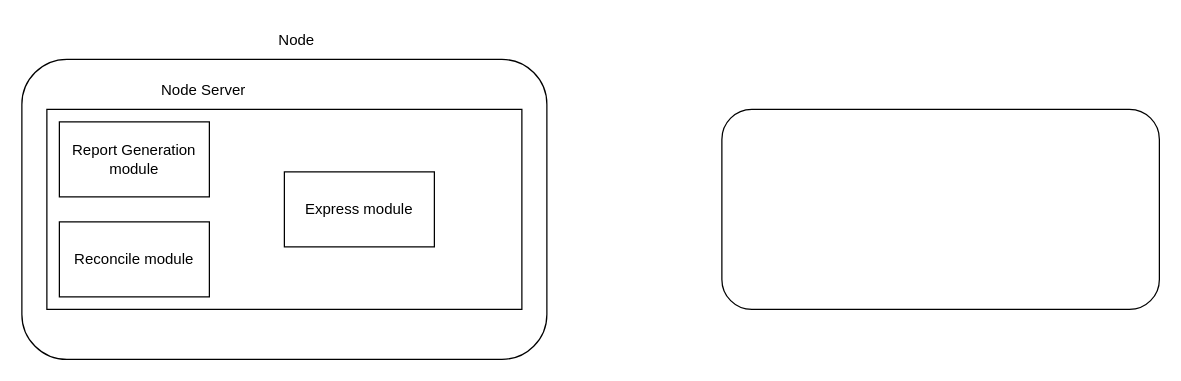
Earlier version of the draw.io diagram Flow chart/Untitled Diagram.drawio (SasidharanL/Projects). Source tidied: cells renumbered, new cells numbered last; positions are measured from the earlier drawing's top-left corner, leaving out a move shared by most shapes. Both pictures are drawn from the tidied source at 125%, with x=0, y=0 at pixel (21, 21).
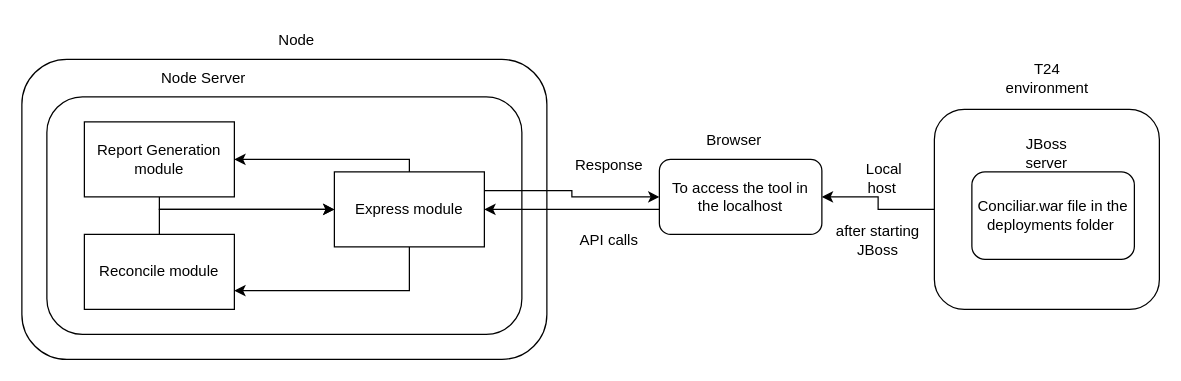
After the change.

The edit, as a diff of the source:
```diff
@@
-    <mxCell id="4" style="rounded=0;whiteSpace=wrap;html=1;" parent="1" vertex="1">
-      <mxGeometry x="20" y="70" width="380" height="160" as="geometry" />
+    <mxCell id="4" style="rounded=1;whiteSpace=wrap;html=1;" parent="1" vertex="1">
+      <mxGeometry x="20" y="60" width="380" height="190" as="geometry" />
     </mxCell>
+    <mxCell id="10" style="edgeStyle=orthogonalEdgeStyle;rounded=0;jettySize=auto;html=1;entryX=0;entryY=0.5;entryDx=0;entryDy=0;" parent="1" edge="1" source="5" target="8">
+      <mxGeometry relative="1" as="geometry">
+        <Array as="points">
+          <mxPoint x="110" y="150" />
+        </Array>
+      </mxGeometry>
+    </mxCell>
     <mxCell id="5" value="Reconcile module" style="rounded=0;whiteSpace=wrap;html=1;" parent="1" vertex="1">
-      <mxGeometry x="30" y="160" width="120" height="60" as="geometry" />
+      <mxGeometry x="50" y="170" width="120" height="60" as="geometry" />
     </mxCell>
+    <mxCell id="11" style="edgeStyle=orthogonalEdgeStyle;rounded=0;jettySize=auto;html=1;" parent="1" edge="1" source="6" target="8">
+      <mxGeometry relative="1" as="geometry">
+        <Array as="points">
+          <mxPoint x="110" y="150" />
+        </Array>
+      </mxGeometry>
+    </mxCell>
     <mxCell id="6" value="Report Generation module" style="rounded=0;whiteSpace=wrap;html=1;" parent="1" vertex="1">
-      <mxGeometry x="30" y="80" width="120" height="60" as="geometry" />
+      <mxGeometry x="50" y="80" width="120" height="60" as="geometry" />
     </mxCell>
     <mxCell id="7" value="Node Server" style="text;html=1;strokeColor=none;fillColor=none;align=center;verticalAlign=middle;whiteSpace=wrap;rounded=0;" parent="1" vertex="1">
-      <mxGeometry x="102.5" y="40" width="85" height="30" as="geometry" />
+      <mxGeometry x="102.5" y="30" width="85" height="30" as="geometry" />
     </mxCell>
+    <mxCell id="12" style="edgeStyle=orthogonalEdgeStyle;rounded=0;jettySize=auto;html=1;entryX=1;entryY=0.75;entryDx=0;entryDy=0;" parent="1" edge="1" source="8" target="5">
+      <mxGeometry relative="1" as="geometry">
+        <Array as="points">
+          <mxPoint x="310" y="215" />
+        </Array>
+      </mxGeometry>
+    </mxCell>
+    <mxCell id="13" style="edgeStyle=orthogonalEdgeStyle;rounded=0;jettySize=auto;html=1;entryX=1;entryY=0.5;entryDx=0;entryDy=0;exitX=0.5;exitY=0;exitDx=0;exitDy=0;" parent="1" edge="1" source="8" target="6">
+      <mxGeometry relative="1" as="geometry">
+        <Array as="points">
+          <mxPoint x="310" y="110" />
+        </Array>
+      </mxGeometry>
+    </mxCell>
+    <mxCell id="14" style="edgeStyle=orthogonalEdgeStyle;rounded=0;jettySize=auto;html=1;exitX=1;exitY=0.25;exitDx=0;exitDy=0;entryX=0;entryY=0.5;entryDx=0;entryDy=0;" parent="1" edge="1" source="8" target="20">
+      <mxGeometry relative="1" as="geometry" />
+    </mxCell>
     <mxCell id="8" value="Express module" style="rounded=0;whiteSpace=wrap;html=1;" parent="1" vertex="1">
-      <mxGeometry x="210" y="120" width="120" height="60" as="geometry" />
+      <mxGeometry x="250" y="120" width="120" height="60" as="geometry" />
     </mxCell>
+    <mxCell id="15" style="edgeStyle=orthogonalEdgeStyle;rounded=0;jettySize=auto;html=1;exitX=0;exitY=0.5;exitDx=0;exitDy=0;entryX=1;entryY=0.5;entryDx=0;entryDy=0;" parent="1" edge="1" source="9" target="20">
+      <mxGeometry relative="1" as="geometry" />
+    </mxCell>
     <mxCell id="9" style="rounded=1;whiteSpace=wrap;html=1;" parent="1" vertex="1">
-      <mxGeometry x="560" y="70" width="350" height="160" as="geometry" />
+      <mxGeometry x="730" y="70" width="180" height="160" as="geometry" />
     </mxCell>
+    <mxCell id="16" value="T24 environment" style="text;html=1;strokeColor=none;fillColor=none;align=center;verticalAlign=middle;whiteSpace=wrap;rounded=0;" parent="1" vertex="1">
+      <mxGeometry x="777.5" y="30" width="85" height="30" as="geometry" />
+    </mxCell>
+    <mxCell id="17" value="Conciliar.war file in the deployments folder&amp;nbsp;" style="rounded=1;whiteSpace=wrap;html=1;" parent="1" vertex="1">
+      <mxGeometry x="760" y="120" width="130" height="70" as="geometry" />
+    </mxCell>
+    <mxCell id="18" value="JBoss server" style="text;html=1;strokeColor=none;fillColor=none;align=center;verticalAlign=middle;whiteSpace=wrap;rounded=0;" parent="1" vertex="1">
+      <mxGeometry x="785" y="90" width="70" height="30" as="geometry" />
+    </mxCell>
+    <mxCell id="19" style="edgeStyle=orthogonalEdgeStyle;rounded=0;jettySize=auto;html=1;entryX=1;entryY=0.5;entryDx=0;entryDy=0;" parent="1" edge="1" source="20" target="8">
+      <mxGeometry relative="1" as="geometry">
+        <Array as="points">
+          <mxPoint x="480" y="150" />
+          <mxPoint x="480" y="150" />
+        </Array>
+      </mxGeometry>
+    </mxCell>
+    <mxCell id="20" value="To access the tool in the localhost" style="rounded=1;whiteSpace=wrap;html=1;" parent="1" vertex="1">
+      <mxGeometry x="510" y="110" width="130" height="60" as="geometry" />
+    </mxCell>
+    <mxCell id="21" value="Browser" style="text;html=1;strokeColor=none;fillColor=none;align=center;verticalAlign=middle;whiteSpace=wrap;rounded=0;" parent="1" vertex="1">
+      <mxGeometry x="540" y="80" width="60" height="30" as="geometry" />
+    </mxCell>
+    <mxCell id="22" style="edgeStyle=orthogonalEdgeStyle;rounded=0;orthogonalLoop=1;jettySize=auto;html=1;exitX=0.5;exitY=1;exitDx=0;exitDy=0;" parent="1" edge="1" source="20" target="20">
+      <mxGeometry relative="1" as="geometry" />
+    </mxCell>
+    <mxCell id="23" value="API calls" style="text;html=1;strokeColor=none;fillColor=none;align=center;verticalAlign=middle;whiteSpace=wrap;rounded=0;" parent="1" vertex="1">
+      <mxGeometry x="440" y="160" width="60" height="30" as="geometry" />
+    </mxCell>
+    <mxCell id="24" value="Response" style="text;html=1;strokeColor=none;fillColor=none;align=center;verticalAlign=middle;whiteSpace=wrap;rounded=0;" parent="1" vertex="1">
+      <mxGeometry x="440" y="100" width="60" height="30" as="geometry" />
+    </mxCell>
+    <mxCell id="25" value="Local host&amp;nbsp;" style="text;html=1;strokeColor=none;fillColor=none;align=center;verticalAlign=middle;whiteSpace=wrap;rounded=0;" parent="1" vertex="1">
+      <mxGeometry x="660" y="110" width="60" height="30" as="geometry" />
+    </mxCell>
+    <mxCell id="26" value="after starting JBoss" style="text;html=1;strokeColor=none;fillColor=none;align=center;verticalAlign=middle;whiteSpace=wrap;rounded=0;" parent="1" vertex="1">
+      <mxGeometry x="650" y="160" width="70" height="30" as="geometry" />
+    </mxCell>
```
